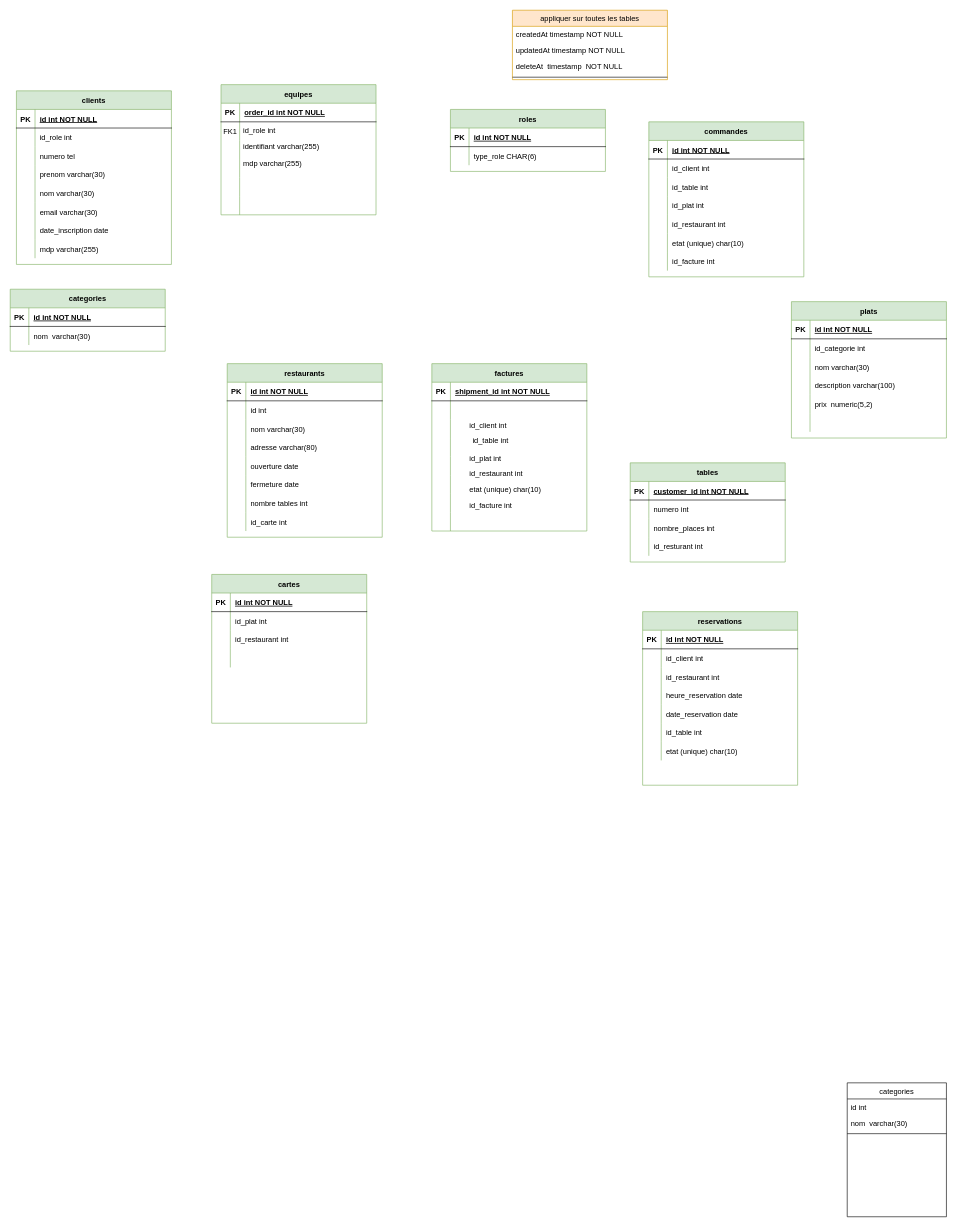
The draw.io diagram TPFilRouge_Bdd.drawio in Owrow/ProjetFilRouge, before the edit. Source tidied: cells renumbered, new cells numbered last; positions are measured from the earlier drawing's top-left corner, leaving out a move shared by most shapes. Both pictures are drawn from the tidied source at 62%, with x=0, y=0 at pixel (10, 10).
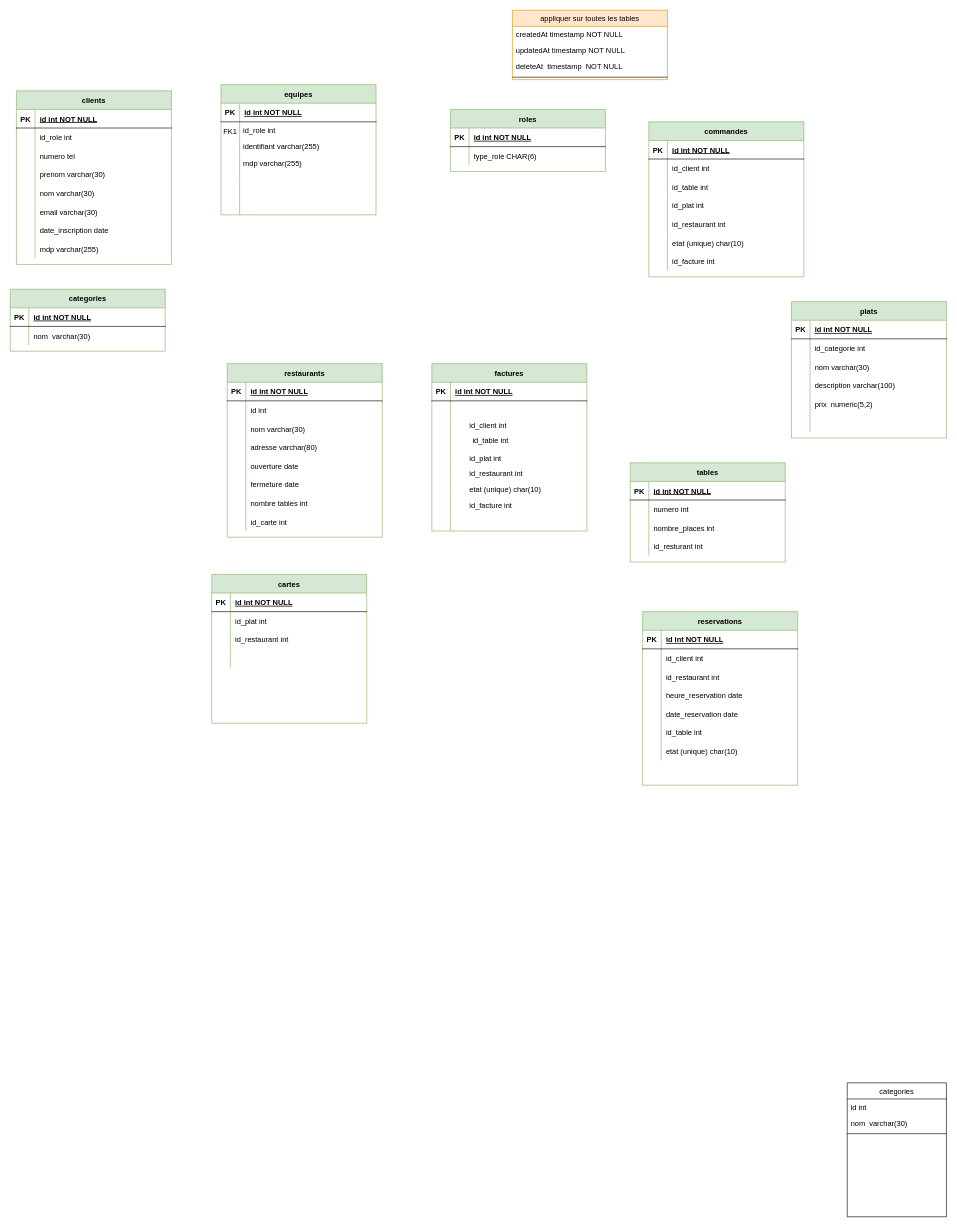
Above is the later version.

Commit message (it also covers changes not shown here):
Mettre à jour TPFilRouge_Bdd.drawio

Unchanged cells that the change refers to:
```xml
<mxCell id="45" style="shape=partialRectangle;fillColor=none;top=0;left=0;right=0;bottom=1;" parent="44" vertex="1">
  <mxGeometry y="30" width="250" height="30" as="geometry" />
</mxCell>
<mxCell id="77" style="shape=partialRectangle;fillColor=none;top=0;left=0;right=0;bottom=1;" parent="76" vertex="1">
  <mxGeometry y="30" width="250" height="30" as="geometry" />
</mxCell>
<mxCell id="153" style="shape=partialRectangle;fillColor=none;top=0;left=0;right=0;bottom=1;" parent="152" vertex="1">
  <mxGeometry y="30" width="250" height="30" as="geometry" />
</mxCell>
```

Change to the diagram source:
```diff
@@
-    <mxCell id="47" value="shipment_id int NOT NULL " style="shape=partialRectangle;overflow=hidden;fillColor=none;top=0;left=0;bottom=0;right=0;align=left;spacingLeft=6;fontStyle=5;" parent="45" vertex="1">
+    <mxCell id="47" value="id int NOT NULL " style="shape=partialRectangle;overflow=hidden;fillColor=none;top=0;left=0;bottom=0;right=0;align=left;spacingLeft=6;fontStyle=5;" parent="45" vertex="1">
       <mxGeometry x="30" width="220" height="30" as="geometry" />
     </mxCell>
@@
-    <mxCell id="79" value="order_id int NOT NULL " style="shape=partialRectangle;overflow=hidden;fillColor=none;top=0;left=0;bottom=0;right=0;align=left;spacingLeft=6;fontStyle=5;" parent="77" vertex="1">
+    <mxCell id="79" value="id int NOT NULL " style="shape=partialRectangle;overflow=hidden;fillColor=none;top=0;left=0;bottom=0;right=0;align=left;spacingLeft=6;fontStyle=5;" parent="77" vertex="1">
       <mxGeometry x="30" width="220" height="30" as="geometry" />
     </mxCell>
@@
-    <mxCell id="155" value="customer_id int NOT NULL " style="shape=partialRectangle;overflow=hidden;fillColor=none;top=0;left=0;bottom=0;right=0;align=left;spacingLeft=6;fontStyle=5;" parent="153" vertex="1">
+    <mxCell id="155" value="id int NOT NULL " style="shape=partialRectangle;overflow=hidden;fillColor=none;top=0;left=0;bottom=0;right=0;align=left;spacingLeft=6;fontStyle=5;" parent="153" vertex="1">
       <mxGeometry x="30" width="220" height="30" as="geometry" />
     </mxCell>
```
